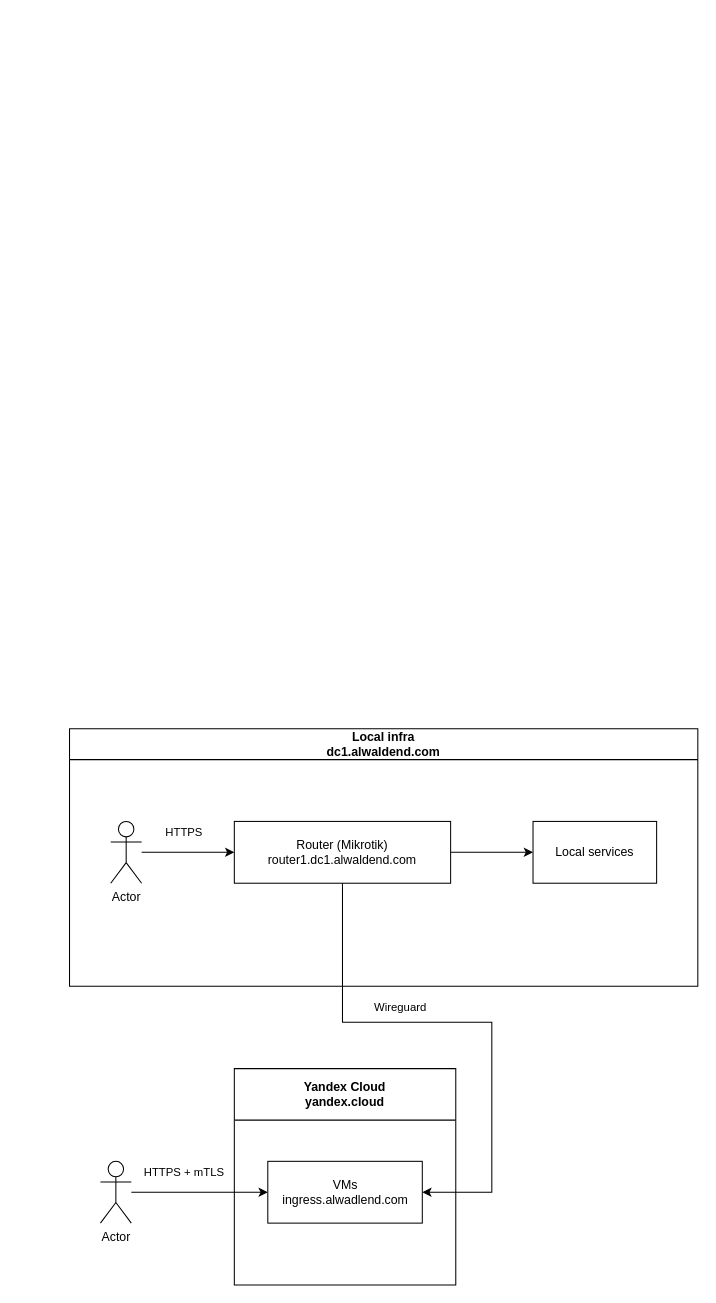
alwaldend/src keeps this draw.io diagram as page "Ingress" (11 of 11) of infra/arch/arch.drawio. Above is the earlier version. Source tidied: cells renumbered, new cells numbered last; positions are measured from the earlier drawing's top-left corner, leaving out a move shared by most shapes. Both pictures are drawn from the tidied source at 103%, with x=0, y=0 at pixel (69, 728).
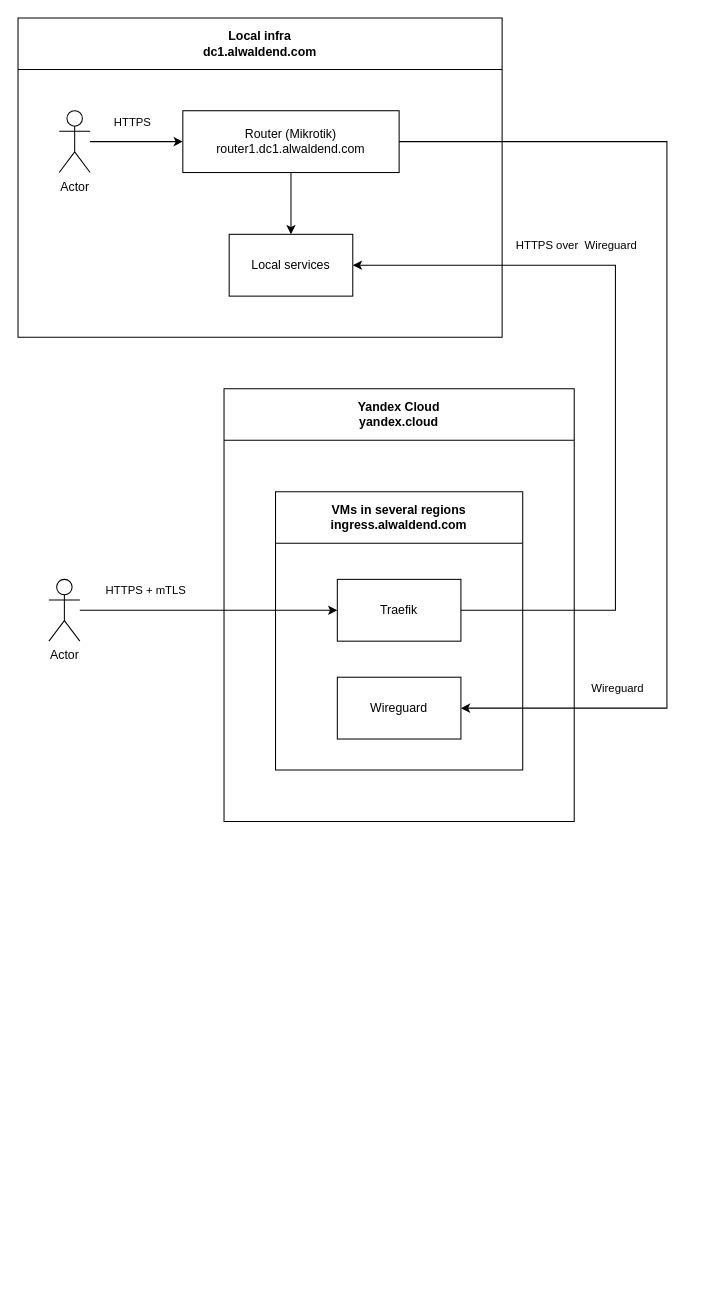
After the change.

The change refers to these unchanged cells:
```xml
<mxCell id="4" value="Router (Mikrotik)&lt;br&gt;router1.dc1.alwaldend.com" style="rounded=0;whiteSpace=wrap;html=1;" parent="2" vertex="1">
  <mxGeometry x="160" y="90" width="210" height="60" as="geometry" />
</mxCell>
```

What changed in the source:
```diff
@@
-    <mxCell id="2" value="Local infra&lt;br&gt;dc1.alwaldend.com" style="swimlane;whiteSpace=wrap;html=1;startSize=30;" parent="1" vertex="1">
-      <mxGeometry width="610" height="250" as="geometry" />
+    <mxCell id="2" value="Local infra&lt;br&gt;dc1.alwaldend.com" style="swimlane;whiteSpace=wrap;html=1;startSize=50;" parent="1" vertex="1">
+      <mxGeometry x="-50" y="-690" width="470" height="310" as="geometry" />
     </mxCell>
-    <mxCell id="3" style="edgeStyle=orthogonalEdgeStyle;rounded=0;jettySize=auto;html=1;entryX=0;entryY=0.5;entryDx=0;entryDy=0;" parent="2" edge="1" source="4" target="8">
+    <mxCell id="3" style="edgeStyle=orthogonalEdgeStyle;rounded=0;jettySize=auto;html=1;entryX=0.5;entryY=0;entryDx=0;entryDy=0;" parent="2" edge="1" source="4" target="8">
       <mxGeometry relative="1" as="geometry" />
     </mxCell>
@@
     <mxCell id="8" value="Local services" style="rounded=0;whiteSpace=wrap;html=1;" parent="2" vertex="1">
-      <mxGeometry x="450" y="90" width="120" height="60" as="geometry" />
+      <mxGeometry x="205" y="210" width="120" height="60" as="geometry" />
     </mxCell>
     <mxCell id="9" value="Actor" style="shape=umlActor;verticalLabelPosition=bottom;verticalAlign=top;html=1;outlineConnect=0;" parent="1" vertex="1">
-      <mxGeometry x="30" y="420" width="30" height="60" as="geometry" />
+      <mxGeometry x="-20" y="-145" width="30" height="60" as="geometry" />
     </mxCell>
     <mxCell id="10" value="Yandex Cloud&lt;div&gt;yandex.cloud&lt;/div&gt;" style="swimlane;whiteSpace=wrap;html=1;startSize=50;" parent="1" vertex="1">
-      <mxGeometry x="160" y="330" width="215" height="210" as="geometry" />
+      <mxGeometry x="150" y="-330" width="340" height="420" as="geometry" />
     </mxCell>
-    <mxCell id="11" value="VMs&lt;br&gt;ingress.alwadlend.com" style="rounded=0;whiteSpace=wrap;html=1;" parent="10" vertex="1">
-      <mxGeometry x="32.5" y="90" width="150" height="60" as="geometry" />
-    </mxCell>
+    <mxCell id="16" value="VMs in several regions&lt;br&gt;ingress.alwaldend.com" style="swimlane;whiteSpace=wrap;html=1;startSize=50;" parent="10" vertex="1">
+      <mxGeometry x="50" y="100" width="240" height="270" as="geometry" />
+    </mxCell>
+    <mxCell id="17" value="Traefik" style="rounded=0;whiteSpace=wrap;html=1;" parent="16" vertex="1">
+      <mxGeometry x="60" y="85" width="120" height="60" as="geometry" />
+    </mxCell>
+    <mxCell id="18" value="Wireguard" style="rounded=0;whiteSpace=wrap;html=1;" parent="16" vertex="1">
+      <mxGeometry x="60" y="180" width="120" height="60" as="geometry" />
+    </mxCell>
-    <mxCell id="12" style="edgeStyle=orthogonalEdgeStyle;rounded=0;jettySize=auto;html=1;entryX=0;entryY=0.5;entryDx=0;entryDy=0;" parent="1" edge="1" source="9" target="11">
+    <mxCell id="12" style="edgeStyle=orthogonalEdgeStyle;rounded=0;jettySize=auto;html=1;entryX=0;entryY=0.5;entryDx=0;entryDy=0;" parent="1" edge="1" source="9" target="17">
       <mxGeometry relative="1" as="geometry" />
     </mxCell>
     <mxCell id="13" value="HTTPS + mTLS" style="edgeLabel;html=1;align=center;verticalAlign=middle;" parent="12" vertex="1">
       <mxGeometry x="-0.32" y="-1" relative="1" as="geometry">
-        <mxPoint x="5" y="-21" as="offset" />
+        <mxPoint x="-22" y="-21" as="offset" />
       </mxGeometry>
     </mxCell>
-    <mxCell id="14" style="edgeStyle=orthogonalEdgeStyle;rounded=0;jettySize=auto;html=1;entryX=1;entryY=0.5;entryDx=0;entryDy=0;exitX=0.5;exitY=1;exitDx=0;exitDy=0;" parent="1" edge="1" source="4" target="11">
-      <mxGeometry relative="1" as="geometry">
-        <Array as="points">
-          <mxPoint x="265" y="285" />
-          <mxPoint x="410" y="285" />
-          <mxPoint x="410" y="450" />
-        </Array>
-      </mxGeometry>
-    </mxCell>
+    <mxCell id="19" style="edgeStyle=orthogonalEdgeStyle;rounded=0;jettySize=auto;html=1;entryX=1;entryY=0.5;entryDx=0;entryDy=0;" parent="1" edge="1" source="4" target="18">
+      <mxGeometry relative="1" as="geometry">
+        <Array as="points">
+          <mxPoint x="580" y="-570" />
+          <mxPoint x="580" y="-20" />
+        </Array>
+      </mxGeometry>
+    </mxCell>
-    <mxCell id="15" value="Wireguard" style="edgeLabel;html=1;align=center;verticalAlign=middle;" parent="14" vertex="1">
-      <mxGeometry x="0.04" relative="1" as="geometry">
-        <mxPoint x="-77" y="-15" as="offset" />
+    <mxCell id="15" value="Wireguard" style="edgeLabel;html=1;align=center;verticalAlign=middle;" parent="19" vertex="1">
+      <mxGeometry x="0.67" y="-4" relative="1" as="geometry">
+        <mxPoint x="-16" y="-16" as="offset" />
       </mxGeometry>
     </mxCell>
+    <mxCell id="20" style="edgeStyle=orthogonalEdgeStyle;rounded=0;jettySize=auto;html=1;entryX=1;entryY=0.5;entryDx=0;entryDy=0;" parent="1" edge="1" source="17" target="8">
+      <mxGeometry relative="1" as="geometry">
+        <Array as="points">
+          <mxPoint x="530" y="-115" />
+          <mxPoint x="530" y="-450" />
+        </Array>
+      </mxGeometry>
+    </mxCell>
+    <mxCell id="21" value="HTTPS over&amp;nbsp; Wireguard" style="edgeLabel;html=1;align=center;verticalAlign=middle;" parent="20" vertex="1">
+      <mxGeometry x="0.45" y="-3" relative="1" as="geometry">
+        <mxPoint x="13" y="-17" as="offset" />
+      </mxGeometry>
+    </mxCell>
```
